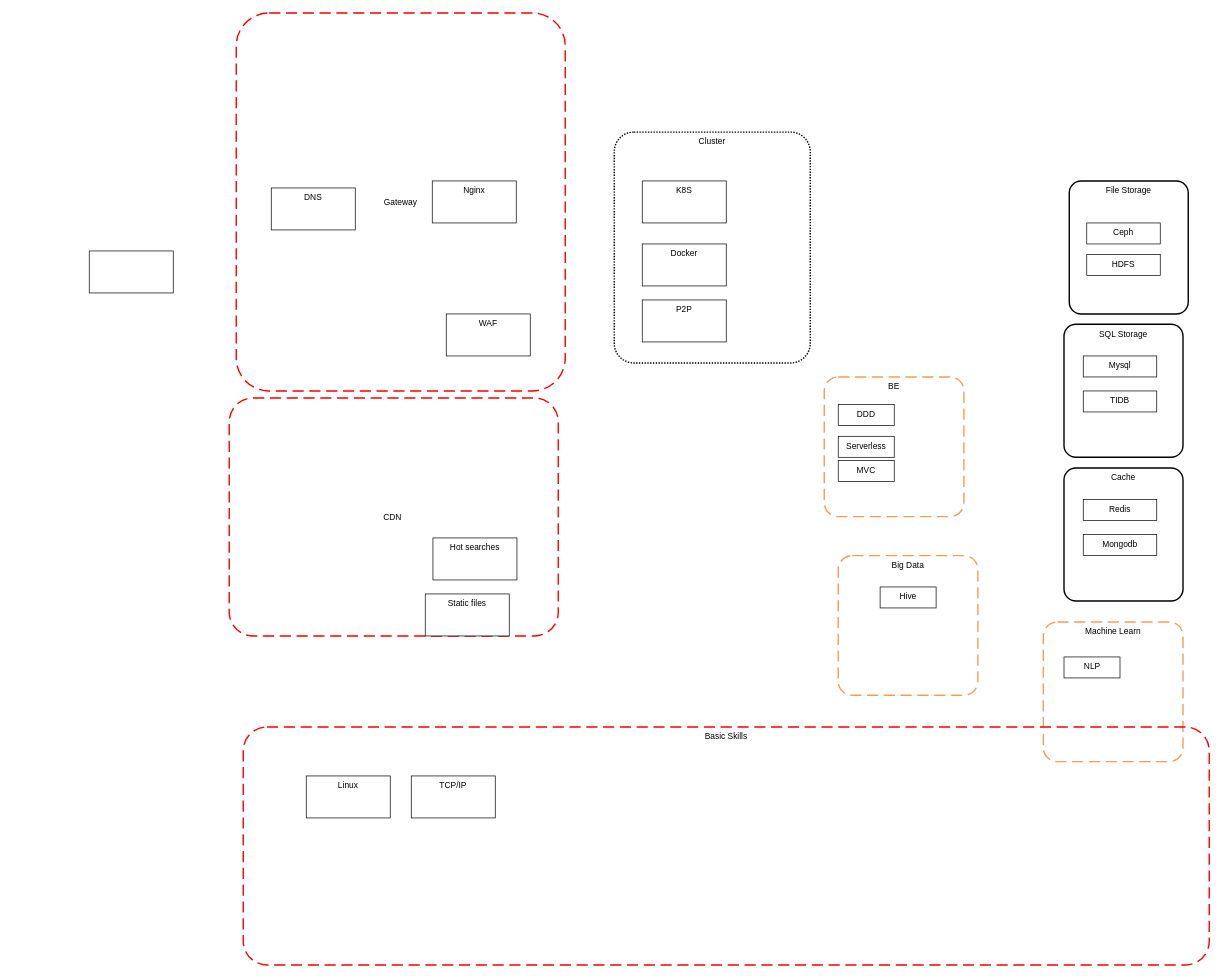
Before: baisc-skills.drawio in airdb/drawio, a draw.io diagram. Source tidied: cells renumbered, new cells numbered last; positions are measured from the earlier drawing's top-left corner, leaving out a move shared by most shapes. Both pictures are drawn from the tidied source at 70%, with x=0, y=0 at pixel (89, 13).
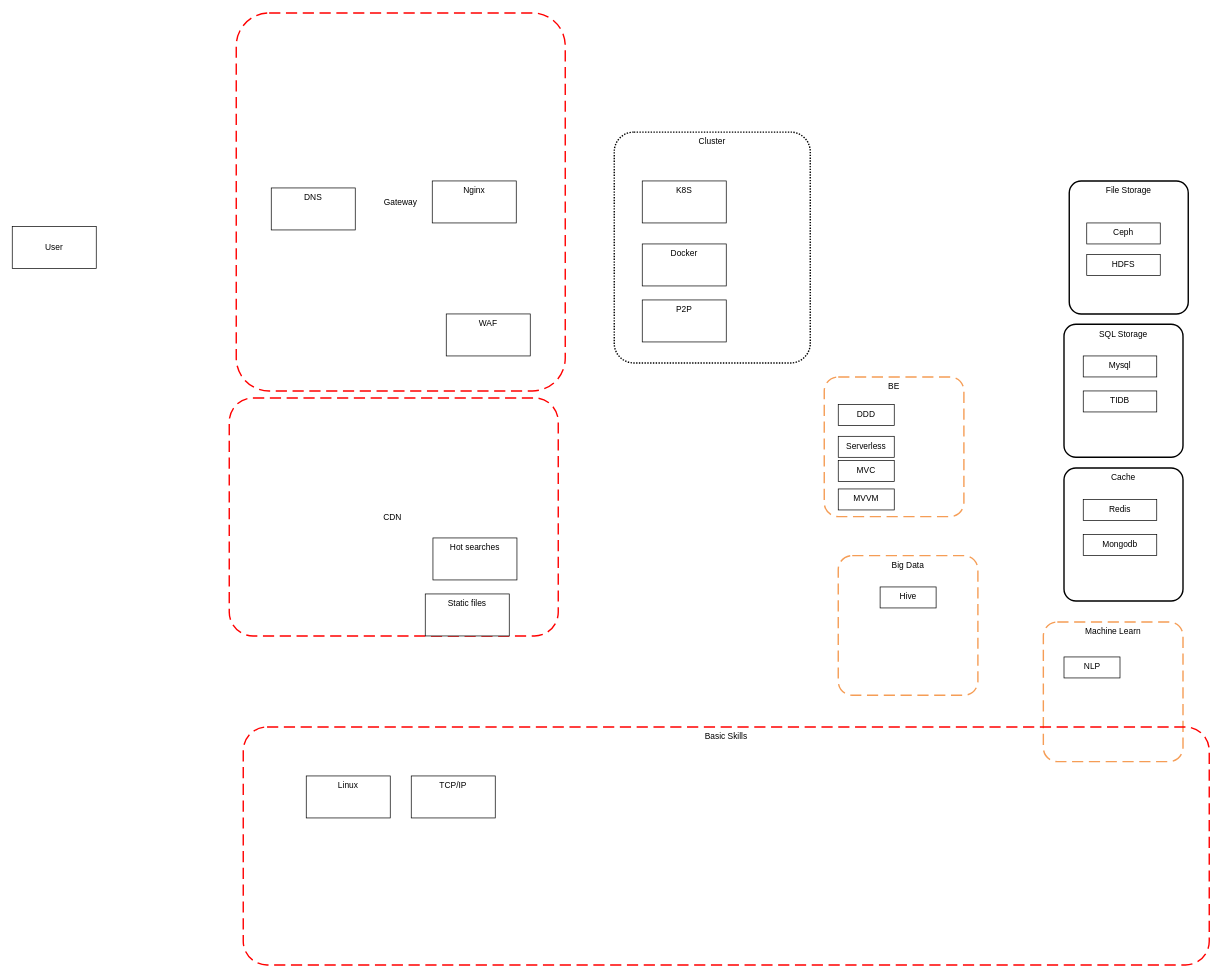
Above is the later version.

Diff of the diagram source:
```diff
@@
-    <mxCell id="2" style="rounded=0;whiteSpace=wrap;html=1;" parent="1" vertex="1">
-      <mxGeometry y="340" width="120" height="60" as="geometry" />
+    <mxCell id="2" value="User" style="rounded=0;whiteSpace=wrap;html=1;" parent="1" vertex="1">
+      <mxGeometry x="-110" y="305.1" width="120" height="60" as="geometry" />
     </mxCell>
@@
+    <mxCell id="34" value="MVVM" style="rounded=0;whiteSpace=wrap;html=1;verticalAlign=top;" parent="1" vertex="1">
+      <mxGeometry x="1070" y="680" width="80" height="30" as="geometry" />
+    </mxCell>
```
